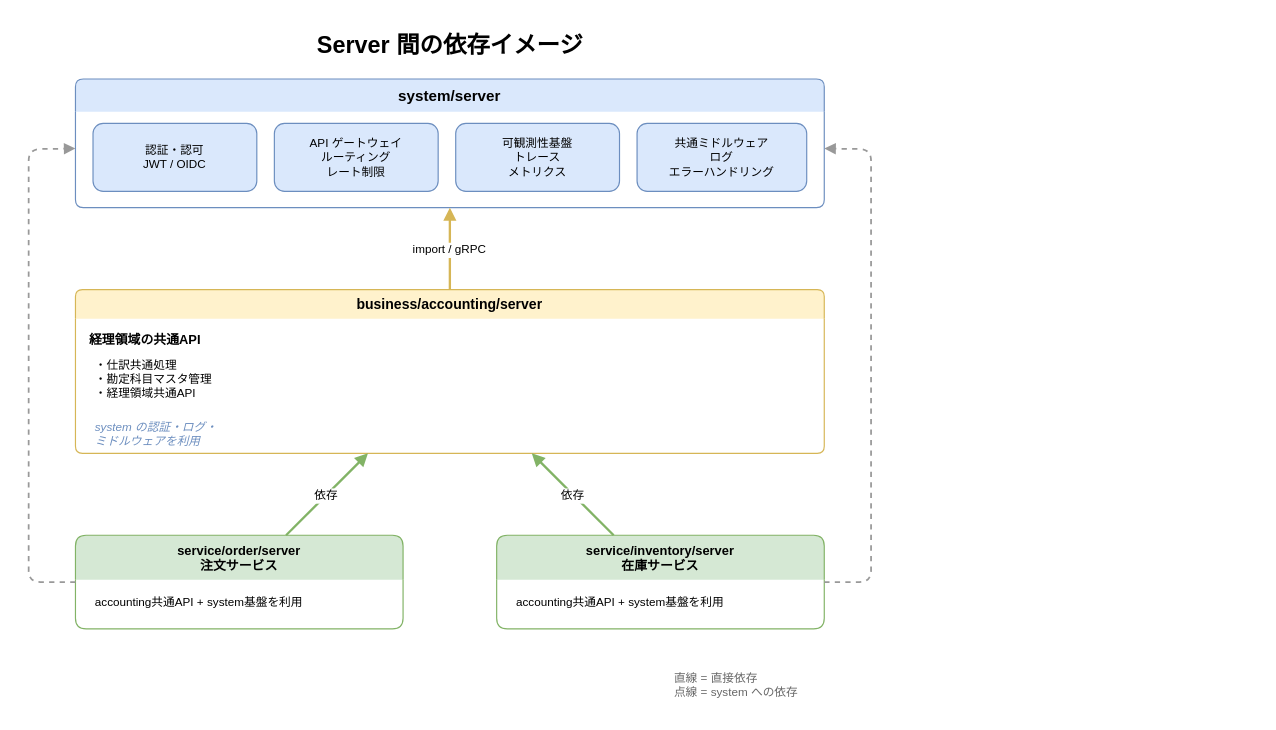
Before: docs/diagrams/server-dependency.drawio in RyuheiKiso/k1s0, a draw.io diagram. Source tidied: cells renumbered, new cells numbered last; positions are measured from the earlier drawing's top-left corner, leaving out a move shared by most shapes. Both pictures are drawn from the tidied source at 117%, with x=0, y=0 at pixel (28, 20).
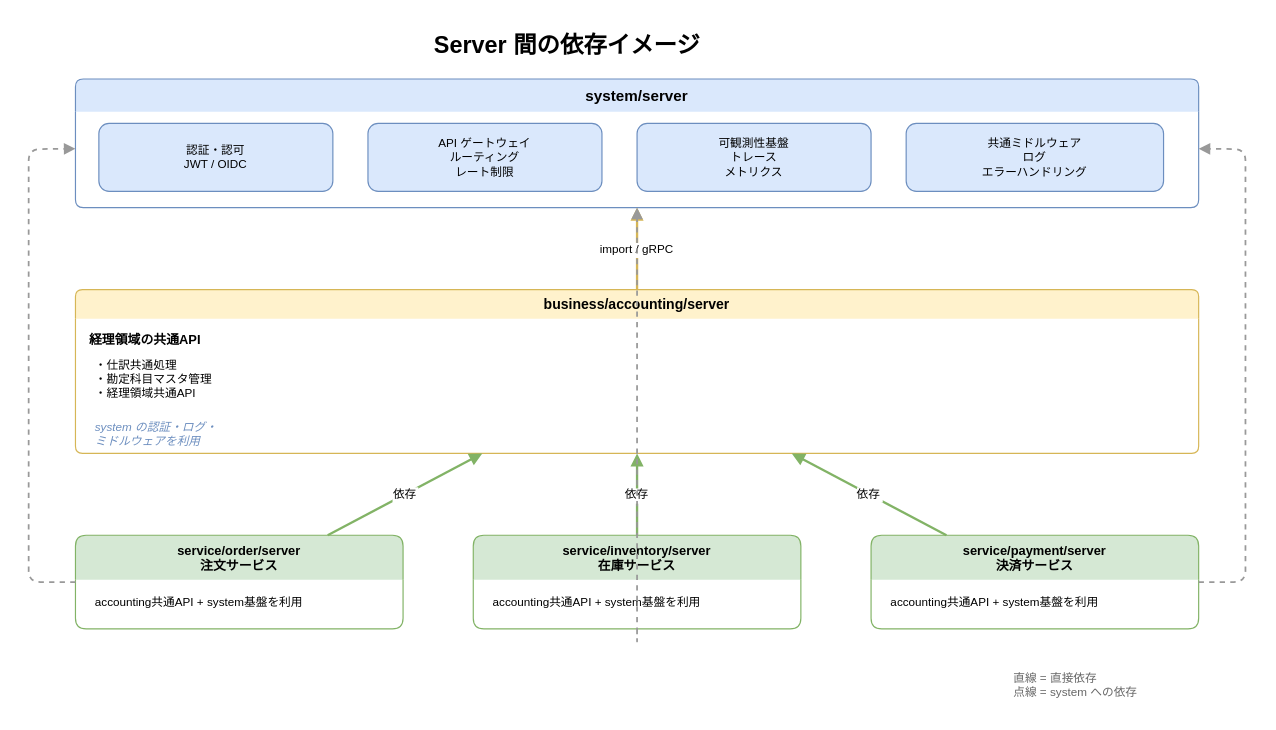
Above is the later version.

What changed in the source:
```diff
@@
     <mxCell id="2" value="Server 間の依存イメージ" style="text;html=1;fontSize=20;fontStyle=1;align=center;verticalAlign=middle;" parent="1" vertex="1">
-      <mxGeometry x="160" width="400" height="40" as="geometry" />
+      <mxGeometry x="260" width="400" height="40" as="geometry" />
     </mxCell>
     <mxCell id="3" value="system/server" style="swimlane;startSize=28;fillColor=#dae8fc;strokeColor=#6c8ebf;rounded=1;arcSize=8;fontStyle=1;fontSize=13;swimlaneLine=0;" parent="1" vertex="1">
-      <mxGeometry x="40" y="50" width="640" height="110" as="geometry" />
+      <mxGeometry x="40" y="50" width="960" height="110" as="geometry" />
     </mxCell>
     <mxCell id="4" value="認証・認可&#10;JWT / OIDC" style="rounded=1;whiteSpace=wrap;fillColor=#dae8fc;strokeColor=#6c8ebf;fontSize=10;" parent="3" vertex="1">
-      <mxGeometry x="15" y="38" width="140" height="58" as="geometry" />
+      <mxGeometry x="20" y="38" width="200" height="58" as="geometry" />
     </mxCell>
     <mxCell id="5" value="API ゲートウェイ&#10;ルーティング&#10;レート制限" style="rounded=1;whiteSpace=wrap;fillColor=#dae8fc;strokeColor=#6c8ebf;fontSize=10;" parent="3" vertex="1">
-      <mxGeometry x="170" y="38" width="140" height="58" as="geometry" />
+      <mxGeometry x="250" y="38" width="200" height="58" as="geometry" />
     </mxCell>
     <mxCell id="6" value="可観測性基盤&#10;トレース&#10;メトリクス" style="rounded=1;whiteSpace=wrap;fillColor=#dae8fc;strokeColor=#6c8ebf;fontSize=10;" parent="3" vertex="1">
-      <mxGeometry x="325" y="38" width="140" height="58" as="geometry" />
+      <mxGeometry x="480" y="38" width="200" height="58" as="geometry" />
     </mxCell>
     <mxCell id="7" value="共通ミドルウェア&#10;ログ&#10;エラーハンドリング" style="rounded=1;whiteSpace=wrap;fillColor=#dae8fc;strokeColor=#6c8ebf;fontSize=10;" parent="3" vertex="1">
-      <mxGeometry x="480" y="38" width="145" height="58" as="geometry" />
+      <mxGeometry x="710" y="38" width="220" height="58" as="geometry" />
     </mxCell>
     <mxCell id="8" value="business/accounting/server" style="swimlane;startSize=25;fillColor=#fff2cc;strokeColor=#d6b656;rounded=1;arcSize=8;fontStyle=1;fontSize=12;swimlaneLine=0;" parent="1" vertex="1">
-      <mxGeometry x="40" y="230" width="640" height="140" as="geometry" />
+      <mxGeometry x="40" y="230" width="960" height="140" as="geometry" />
     </mxCell>
@@
     <mxCell id="14" value="service/inventory/server&#10;在庫サービス" style="swimlane;startSize=38;fillColor=#d5e8d4;strokeColor=#82b366;rounded=1;arcSize=8;fontStyle=1;fontSize=11;swimlaneLine=0;" parent="1" vertex="1">
-      <mxGeometry x="400" y="440" width="280" height="80" as="geometry" />
+      <mxGeometry x="380" y="440" width="280" height="80" as="geometry" />
     </mxCell>
@@
+    <mxCell id="22" value="service/payment/server&#10;決済サービス" style="swimlane;startSize=38;fillColor=#d5e8d4;strokeColor=#82b366;rounded=1;arcSize=8;fontStyle=1;fontSize=11;swimlaneLine=0;" parent="1" vertex="1">
+      <mxGeometry x="720" y="440" width="280" height="80" as="geometry" />
+    </mxCell>
+    <mxCell id="23" value="accounting共通API + system基盤を利用" style="text;fontSize=10;align=left;" parent="22" vertex="1">
+      <mxGeometry x="15" y="45" width="250" height="25" as="geometry" />
+    </mxCell>
@@
+    <mxCell id="24" value="依存" style="endArrow=block;endFill=1;strokeWidth=2;strokeColor=#82b366;fontSize=10;" parent="1" edge="1" source="22" target="8">
+      <mxGeometry relative="1" as="geometry" />
+    </mxCell>
@@
     <mxCell id="20" style="endArrow=block;endFill=1;strokeWidth=1.5;strokeColor=#999999;dashed=1;fontSize=10;" parent="1" edge="1" source="14" target="3">
       <mxGeometry relative="1" as="geometry">
         <Array as="points">
-          <mxPoint x="720" y="480" />
-          <mxPoint x="720" y="110" />
+          <mxPoint x="520" y="535" />
+          <mxPoint x="520" y="190" />
         </Array>
       </mxGeometry>
     </mxCell>
+    <mxCell id="25" style="endArrow=block;endFill=1;strokeWidth=1.5;strokeColor=#999999;dashed=1;fontSize=10;" parent="1" edge="1" source="22" target="3">
+      <mxGeometry relative="1" as="geometry">
+        <Array as="points">
+          <mxPoint x="1040" y="480" />
+          <mxPoint x="1040" y="110" />
+        </Array>
+      </mxGeometry>
+    </mxCell>
     <mxCell id="21" value="直線 = 直接依存&#10;点線 = system への依存" style="text;fontSize=10;fontColor=#666666;align=left;" parent="1" vertex="1">
-      <mxGeometry x="550" y="550" width="180" height="40" as="geometry" />
+      <mxGeometry x="840" y="550" width="180" height="40" as="geometry" />
     </mxCell>
```
